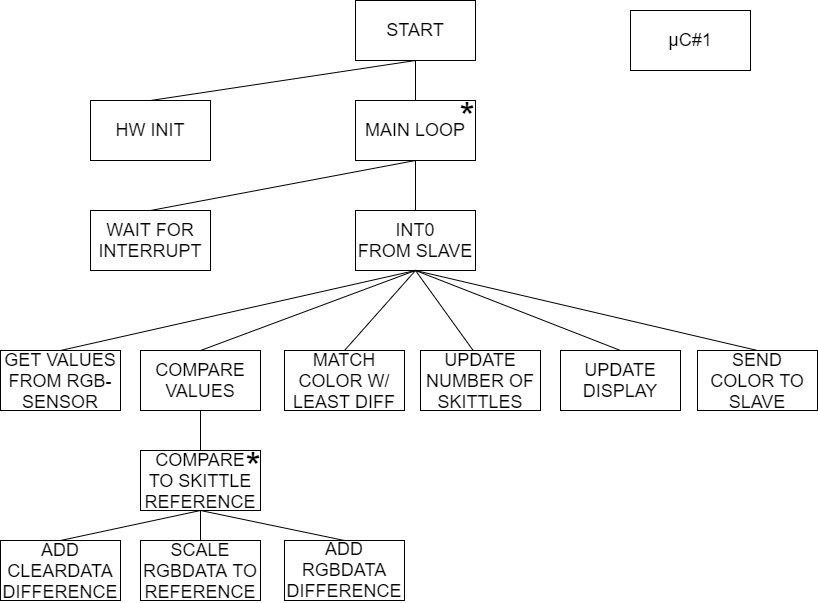
Earlier version of the draw.io export Project Guidelines/Images/jspv1.png (JoeyStrandnes/TSIU51_Plotter). Source tidied: cells renumbered, new cells last; positions are measured from the earlier drawing's top-left corner, leaving out a move shared by most shapes.
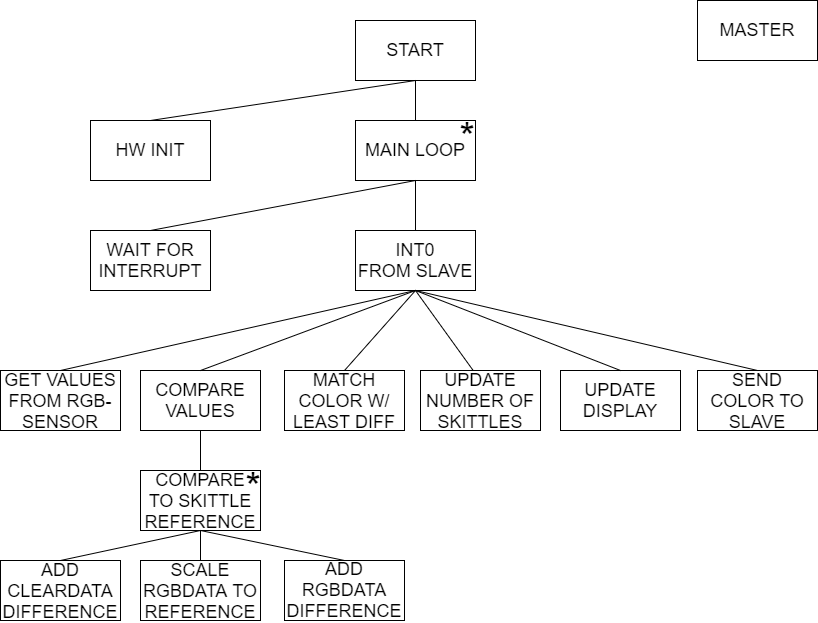
The same file after the commit.

Diff of the diagram source:
```diff
@@ -5,8 +5,8 @@
     <mxCell id="2" value="&lt;font style=&quot;font-size: 18px&quot;&gt;MAIN LOOP&lt;br&gt;&lt;/font&gt;" style="rounded=0;whiteSpace=wrap;html=1;" parent="1" vertex="1">
       <mxGeometry x="355" y="100" width="120" height="60" as="geometry" />
     </mxCell>
-    <mxCell id="3" value="&lt;font style=&quot;font-size: 18px&quot;&gt;µC#1&lt;/font&gt;" style="rounded=0;whiteSpace=wrap;html=1;" parent="1" vertex="1">
-      <mxGeometry x="630" y="10" width="120" height="60" as="geometry" />
+    <mxCell id="3" value="&lt;font style=&quot;font-size: 18px&quot;&gt;MASTER&lt;/font&gt;" style="rounded=0;whiteSpace=wrap;html=1;" parent="1" vertex="1">
+      <mxGeometry x="697" y="-20" width="120" height="60" as="geometry" />
     </mxCell>
     <mxCell id="4" value="&lt;font style=&quot;font-size: 18px&quot;&gt;INT0&lt;br&gt;FROM SLAVE&lt;br&gt;&lt;/font&gt;" style="rounded=0;whiteSpace=wrap;html=1;" parent="1" vertex="1">
       <mxGeometry x="355" y="210" width="120" height="60" as="geometry" />
```
